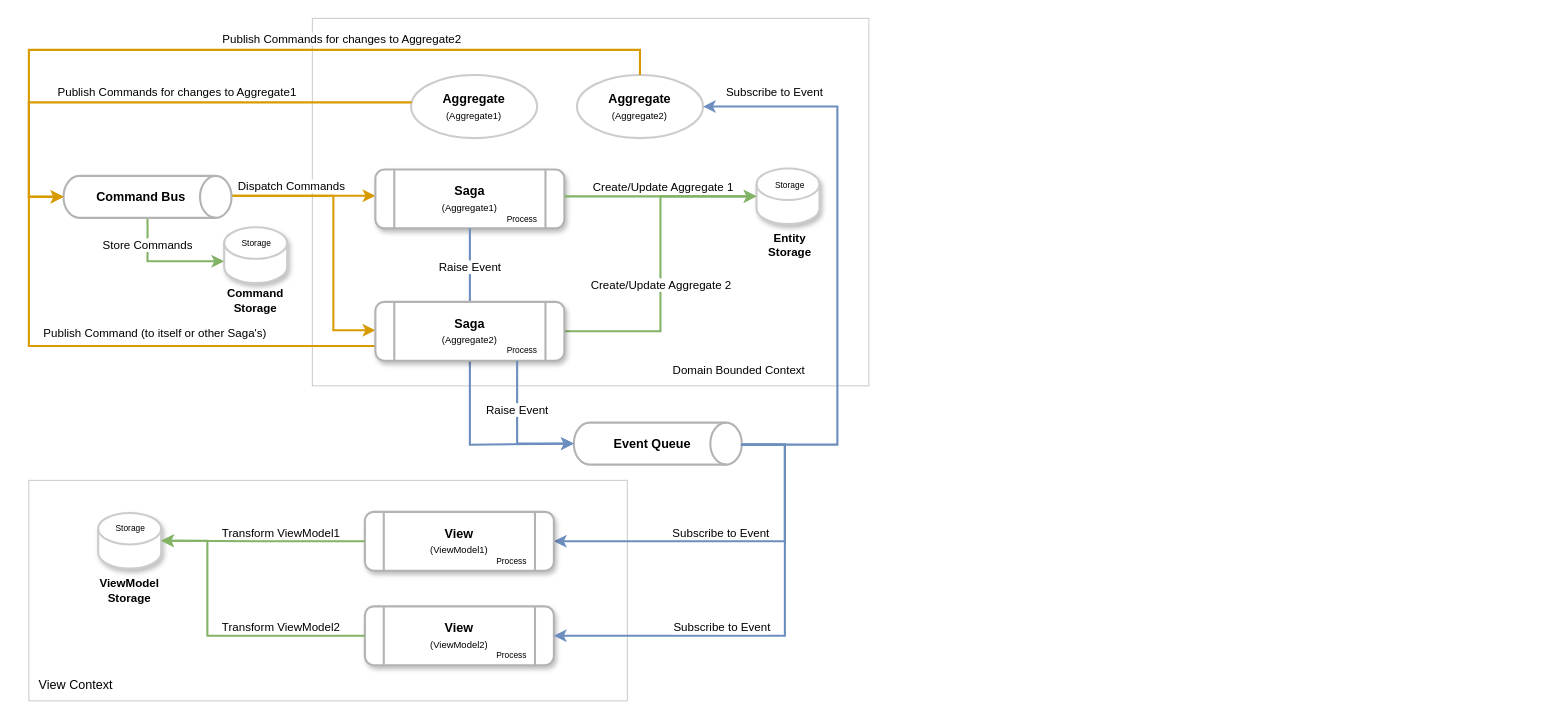
Above: Images/Sourceflow.Net-Concept.drawio in CodeShayk/SourceFlow.Net (draw.io), before the change. Source tidied: cells renumbered, new cells numbered last; positions are measured from the earlier drawing's top-left corner, leaving out a move shared by most shapes. Both pictures are drawn from the tidied source at 105%, with x=0, y=0 at pixel (18, 18).
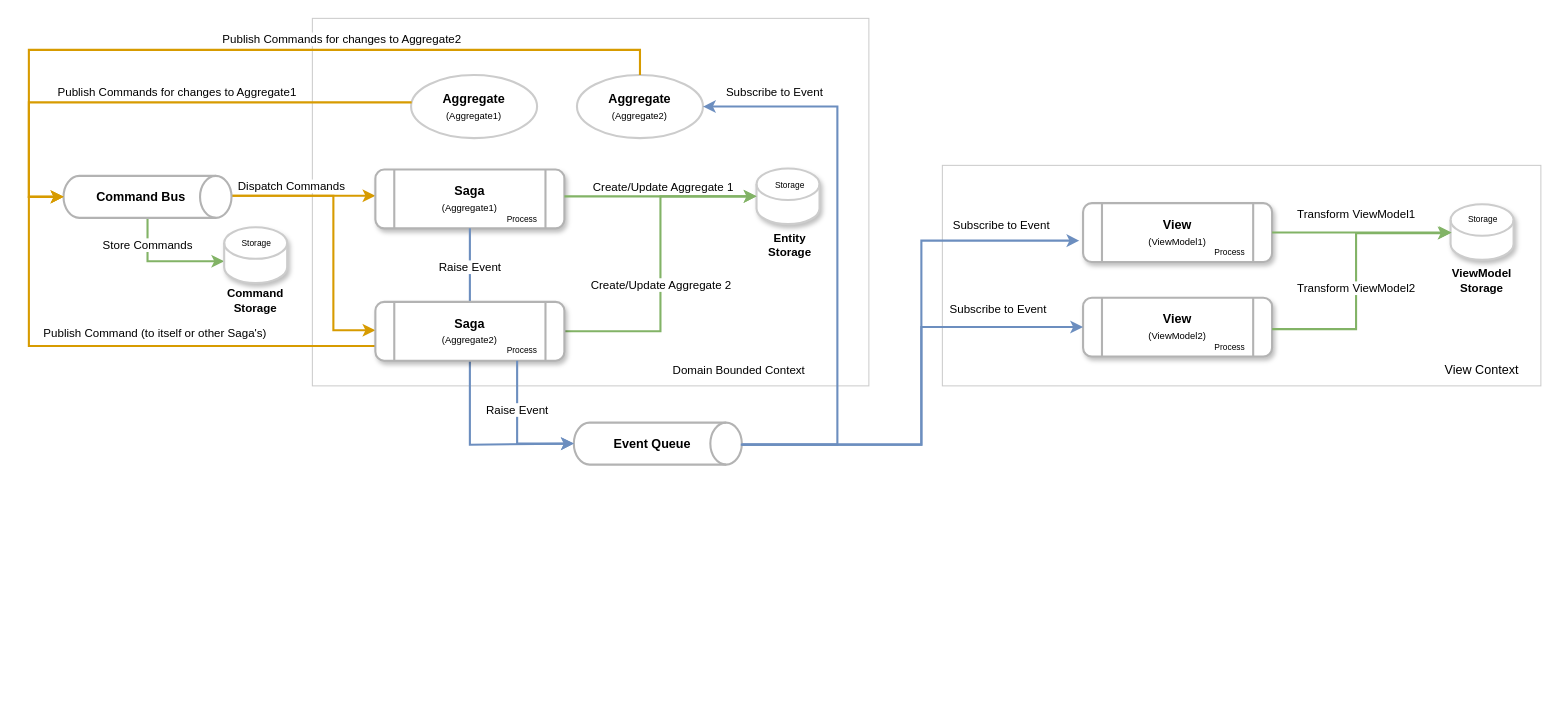
The same page after the edit.

The change refers to these unchanged cells:
```xml
<mxCell id="19" style="shape=cylinder3;whiteSpace=wrap;html=1;boundedLbl=1;backgroundOutline=1;size=15;rotation=90;strokeColor=#B3B3B3;strokeWidth=2;" parent="1" vertex="1">
  <mxGeometry x="589" y="325" width="40" height="160" as="geometry" />
</mxCell>
```

Diff of the diagram source:
```diff
@@
     <mxCell id="2" style="rounded=0;whiteSpace=wrap;html=1;fontColor=#999999;strokeColor=#CCCCCC;strokeWidth=1;" parent="1" vertex="1">
-      <mxGeometry x="10" y="440" width="570" height="210" as="geometry" />
+      <mxGeometry x="880" y="140" width="570" height="210" as="geometry" />
     </mxCell>
@@
-    <mxCell id="18" value="Subscribe to Event" style="edgeStyle=orthogonalEdgeStyle;rounded=0;jettySize=auto;html=1;entryX=1;entryY=0.5;entryDx=0;entryDy=0;exitX=0.5;exitY=0;exitDx=0;exitDy=0;exitPerimeter=0;fillColor=#dae8fc;strokeColor=#6c8ebf;strokeWidth=2;endArrow=classic;endFill=1;startArrow=none;startFill=0;" parent="1" edge="1" source="19" target="24">
-      <mxGeometry x="0.1" y="-8" relative="1" as="geometry">
+    <mxCell id="18" value="Subscribe to Event" style="edgeStyle=orthogonalEdgeStyle;rounded=0;jettySize=auto;html=1;entryX=-0.02;entryY=0.637;entryDx=0;entryDy=0;exitX=0.5;exitY=0;exitDx=0;exitDy=0;exitPerimeter=0;fillColor=#dae8fc;strokeColor=#6c8ebf;strokeWidth=2;endArrow=classic;endFill=1;startArrow=none;startFill=0;entryPerimeter=0;" parent="1" edge="1" source="19" target="24">
+      <mxGeometry x="0.71" y="15" relative="1" as="geometry">
         <Array as="points">
           <mxPoint x="689" y="406" />
-          <mxPoint x="730" y="406" />
-          <mxPoint x="730" y="498" />
+          <mxPoint x="860" y="406" />
+          <mxPoint x="860" y="212" />
         </Array>
       </mxGeometry>
     </mxCell>
@@
     <mxCell id="24" value="&lt;b&gt;View&lt;/b&gt;&lt;div&gt;&lt;font style=&quot;font-size: 9px;&quot;&gt;(ViewModel1)&lt;/font&gt;&lt;/div&gt;" style="shape=process;whiteSpace=wrap;html=1;backgroundOutline=1;rounded=1;shadow=1;strokeColor=#B3B3B3;strokeWidth=2;" parent="1" vertex="1">
-      <mxGeometry x="330" y="470" width="180" height="56" as="geometry" />
+      <mxGeometry x="1014" y="176" width="180" height="56" as="geometry" />
     </mxCell>
     <mxCell id="25" value="&lt;b&gt;View&lt;/b&gt;&lt;div&gt;&lt;font style=&quot;font-size: 9px;&quot;&gt;(ViewModel2)&lt;/font&gt;&lt;/div&gt;" style="shape=process;whiteSpace=wrap;html=1;backgroundOutline=1;rounded=1;shadow=1;strokeColor=#B3B3B3;strokeWidth=2;" parent="1" vertex="1">
-      <mxGeometry x="330" y="560" width="180" height="56" as="geometry" />
+      <mxGeometry x="1014" y="266" width="180" height="56" as="geometry" />
     </mxCell>
-    <mxCell id="26" value="Subscribe to Event" style="edgeStyle=orthogonalEdgeStyle;rounded=0;jettySize=auto;html=1;entryX=1;entryY=0.5;entryDx=0;entryDy=0;exitX=0.5;exitY=0;exitDx=0;exitDy=0;exitPerimeter=0;fillColor=#dae8fc;strokeColor=#6c8ebf;strokeWidth=2;endArrow=classic;endFill=1;startArrow=none;startFill=0;" parent="1" edge="1" source="19" target="25">
-      <mxGeometry x="0.28" y="-8" relative="1" as="geometry">
+    <mxCell id="26" value="Subscribe to Event" style="edgeStyle=orthogonalEdgeStyle;rounded=0;jettySize=auto;html=1;entryX=0;entryY=0.5;entryDx=0;entryDy=0;exitX=0.5;exitY=0;exitDx=0;exitDy=0;exitPerimeter=0;fillColor=#dae8fc;strokeColor=#6c8ebf;strokeWidth=2;endArrow=classic;endFill=1;startArrow=none;startFill=0;" parent="1" edge="1" source="19" target="25">
+      <mxGeometry x="0.63" y="17" relative="1" as="geometry">
         <Array as="points">
           <mxPoint x="689" y="406" />
-          <mxPoint x="730" y="406" />
-          <mxPoint x="730" y="588" />
+          <mxPoint x="860" y="406" />
+          <mxPoint x="860" y="294" />
         </Array>
       </mxGeometry>
     </mxCell>
     <mxCell id="27" style="shape=cylinder3;whiteSpace=wrap;html=1;boundedLbl=1;backgroundOutline=1;size=15;fillColor=#FFFFFF;strokeColor=#CCCCCC;shadow=1;strokeWidth=2;" parent="1" vertex="1">
-      <mxGeometry x="76" y="471" width="60" height="53" as="geometry" />
+      <mxGeometry x="1364" y="177" width="60" height="53" as="geometry" />
     </mxCell>
     <mxCell id="28" value="ViewModel&lt;div&gt;Storage&lt;/div&gt;" style="text;html=1;align=center;verticalAlign=middle;whiteSpace=wrap;rounded=0;fontStyle=1;fontSize=11;" parent="1" vertex="1">
-      <mxGeometry x="66" y="530" width="80" height="30" as="geometry" />
+      <mxGeometry x="1354" y="235" width="80" height="30" as="geometry" />
     </mxCell>
-    <mxCell id="29" value="Transform ViewModel1" style="edgeStyle=orthogonalEdgeStyle;rounded=0;jettySize=auto;html=1;entryX=1;entryY=0.5;entryDx=0;entryDy=0;entryPerimeter=0;fillColor=#d5e8d4;strokeColor=#82b366;strokeWidth=2;" parent="1" edge="1" source="24" target="27">
-      <mxGeometry x="-0.18" y="-8" relative="1" as="geometry" />
+    <mxCell id="29" value="Transform ViewModel1" style="edgeStyle=orthogonalEdgeStyle;rounded=0;orthogonalLoop=1;jettySize=auto;html=1;fillColor=#d5e8d4;strokeColor=#82b366;strokeWidth=2;exitX=1;exitY=0.5;exitDx=0;exitDy=0;" parent="1" edge="1">
+      <mxGeometry x="-0.06" y="17" relative="1" as="geometry">
+        <mxPoint x="1195" y="205" as="sourcePoint" />
+        <mxPoint x="1365" y="204" as="targetPoint" />
+        <Array as="points">
+          <mxPoint x="1195" y="204" />
+        </Array>
+      </mxGeometry>
     </mxCell>
-    <mxCell id="30" value="Transform ViewModel2" style="edgeStyle=orthogonalEdgeStyle;rounded=0;jettySize=auto;html=1;entryX=1;entryY=0.5;entryDx=0;entryDy=0;entryPerimeter=0;fillColor=#d5e8d4;strokeColor=#82b366;strokeWidth=2;" parent="1" edge="1" source="25" target="27">
-      <mxGeometry x="-0.44" y="-8" relative="1" as="geometry">
+    <mxCell id="30" value="Transform ViewModel2" style="edgeStyle=orthogonalEdgeStyle;rounded=0;orthogonalLoop=1;jettySize=auto;html=1;entryX=0;entryY=0.5;entryDx=0;entryDy=0;entryPerimeter=0;fillColor=#d5e8d4;strokeColor=#82b366;strokeWidth=2;exitX=1;exitY=0.5;exitDx=0;exitDy=0;" parent="1" edge="1">
+      <mxGeometry x="-0.09" relative="1" as="geometry">
+        <mxPoint x="1194" y="296" as="sourcePoint" />
+        <mxPoint x="1364" y="204.5" as="targetPoint" />
         <Array as="points">
-          <mxPoint x="180" y="588" />
-          <mxPoint x="180" y="498" />
+          <mxPoint x="1274" y="296" />
+          <mxPoint x="1274" y="205" />
         </Array>
       </mxGeometry>
     </mxCell>
     <mxCell id="31" value="Process" style="text;html=1;align=center;verticalAlign=middle;whiteSpace=wrap;rounded=0;fontSize=8;" parent="1" vertex="1">
-      <mxGeometry x="440" y="502" width="60" height="30" as="geometry" />
+      <mxGeometry x="1124" y="208" width="60" height="30" as="geometry" />
     </mxCell>
     <mxCell id="32" value="Process" style="text;html=1;align=center;verticalAlign=middle;whiteSpace=wrap;rounded=0;fontSize=8;" parent="1" vertex="1">
-      <mxGeometry x="440" y="592" width="60" height="30" as="geometry" />
+      <mxGeometry x="1124" y="298" width="60" height="30" as="geometry" />
     </mxCell>
@@
     <mxCell id="35" value="Storage" style="text;html=1;align=center;verticalAlign=middle;whiteSpace=wrap;rounded=0;fontSize=8;" parent="1" vertex="1">
-      <mxGeometry x="77" y="471" width="60" height="30" as="geometry" />
+      <mxGeometry x="1365" y="176" width="60" height="30" as="geometry" />
     </mxCell>
@@
     <mxCell id="38" value="View Context" style="text;html=1;align=center;verticalAlign=middle;whiteSpace=wrap;rounded=0;" parent="1" vertex="1">
-      <mxGeometry y="620" width="110" height="30" as="geometry" />
+      <mxGeometry x="1339" y="320" width="110" height="30" as="geometry" />
     </mxCell>
```
